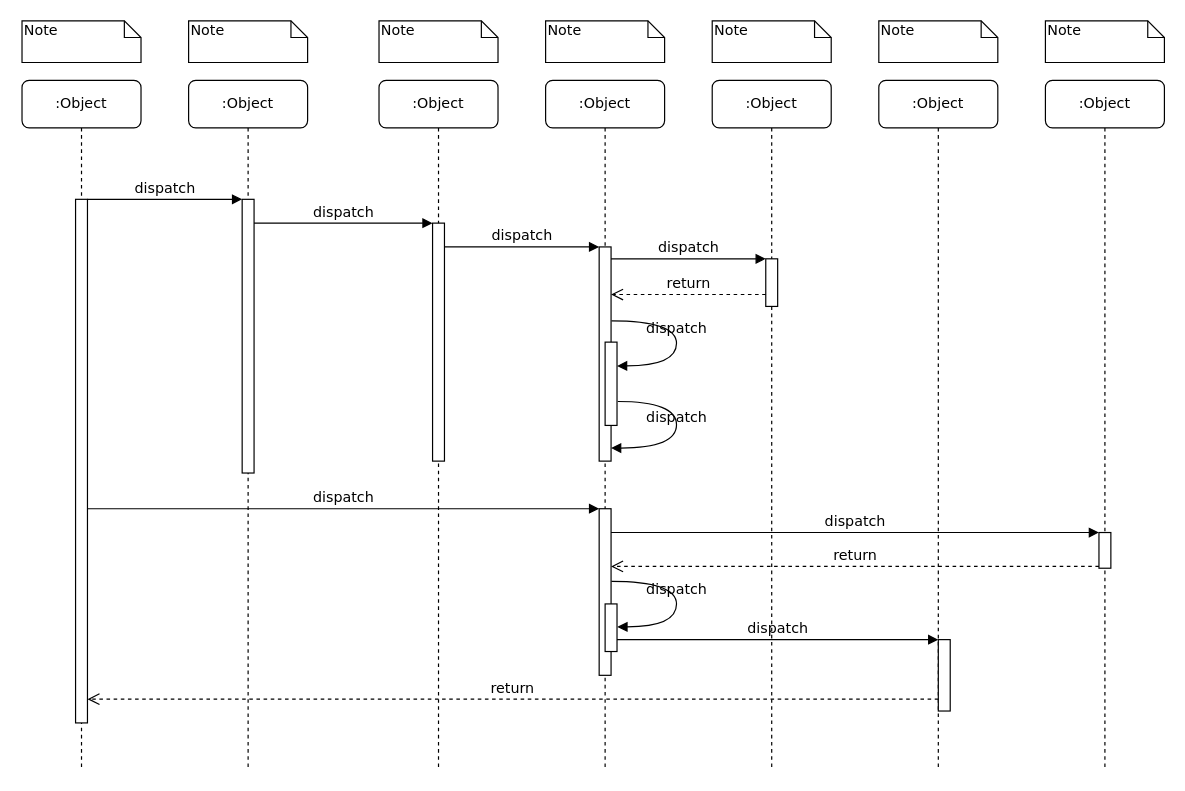
This is files/时序图.drawio from Iverson-Zhou/drawio, a draw.io file, before an edit. Source tidied: cells renumbered, new cells numbered last; positions are measured from the earlier drawing's top-left corner, leaving out a move shared by most shapes. Both pictures are drawn from the tidied source at 119%, with x=0, y=0 at pixel (21, 20).
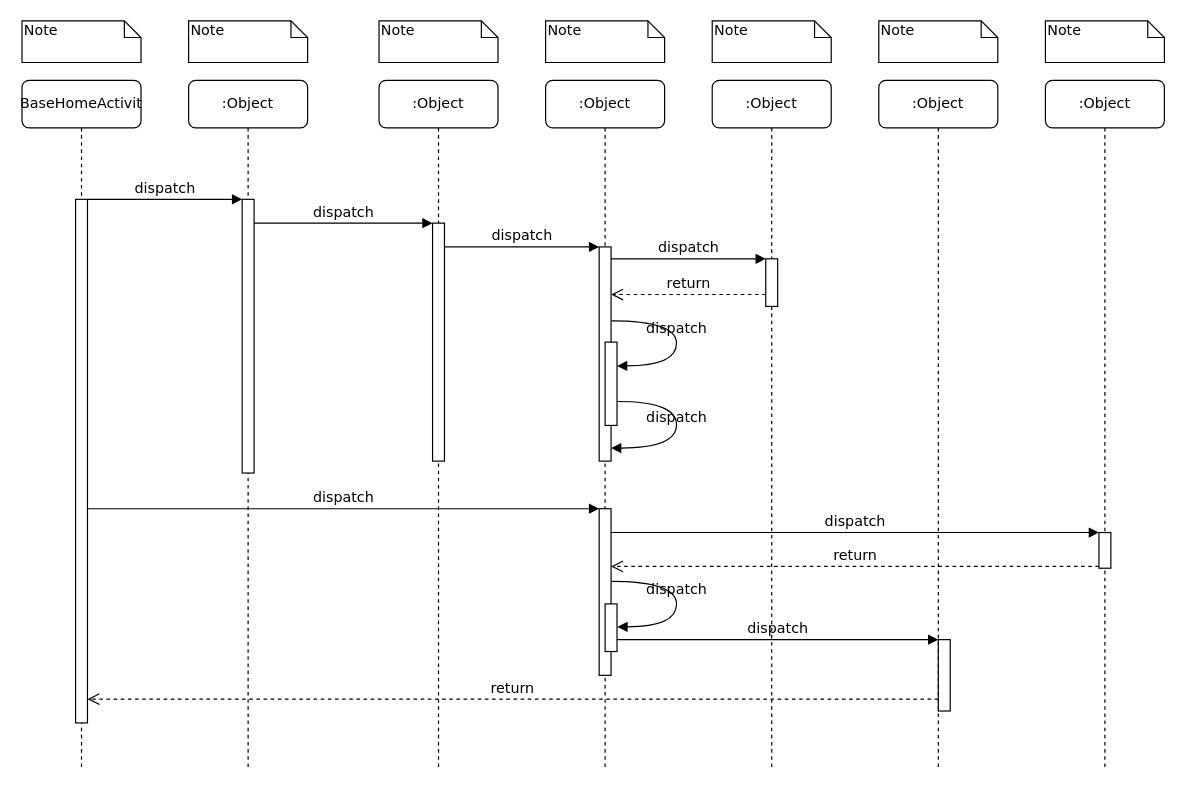
Above is the later version.

The edit, as a diff of the source:
```diff
@@
-    <mxCell id="10" value=":Object" style="shape=umlLifeline;perimeter=lifelinePerimeter;whiteSpace=wrap;html=1;rounded=1;shadow=0;comic=0;labelBackgroundColor=none;strokeWidth=1;fontFamily=Verdana;fontSize=12;align=center;" parent="1" vertex="1">
+    <mxCell id="10" value="BaseHomeActivit" style="shape=umlLifeline;perimeter=lifelinePerimeter;whiteSpace=wrap;html=1;rounded=1;shadow=0;comic=0;labelBackgroundColor=none;strokeWidth=1;fontFamily=Verdana;fontSize=12;align=center;" parent="1" vertex="1">
       <mxGeometry y="50" width="100" height="580" as="geometry" />
     </mxCell>
```
